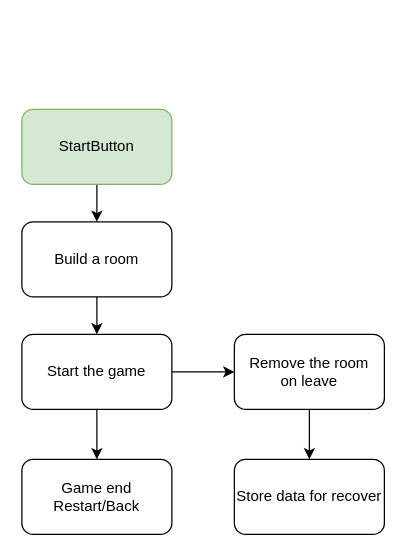
This is draw.drawio from ck053/startpay-test, a draw.io file, before an edit. Source tidied: cells renumbered, new cells numbered last; positions are measured from the earlier drawing's top-left corner, leaving out a move shared by most shapes. Both pictures are drawn from the tidied source at 125%, with x=0, y=0 at pixel (21, 109).
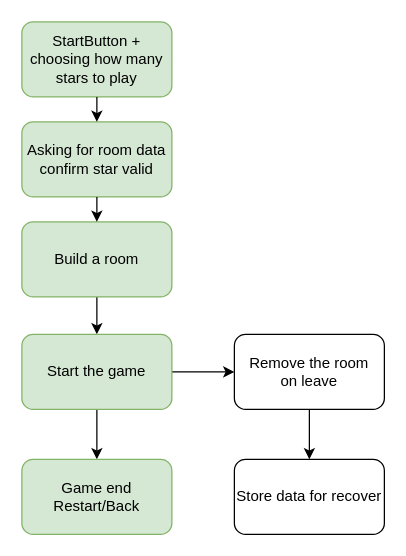
The same page after the edit.

What changed in the source:
```diff
@@
 <mxGraphModel>
   <root>
     <mxCell id="0" />
     <mxCell id="1" parent="0" />
-    <mxCell id="2" style="edgeStyle=none;html=1;" parent="1" edge="1" source="3" target="5">
-      <mxGeometry relative="1" as="geometry" />
-    </mxCell>
-    <mxCell id="3" value="StartButton" style="rounded=1;whiteSpace=wrap;html=1;fillColor=#d5e8d4;strokeColor=#82b366;" parent="1" vertex="1">
-      <mxGeometry width="120" height="60" as="geometry" />
+    <mxCell id="3" value="StartButton + choosing how many&lt;div&gt;stars to play&lt;/div&gt;" style="rounded=1;whiteSpace=wrap;html=1;fillColor=#d5e8d4;strokeColor=#82b366;" parent="1" vertex="1">
+      <mxGeometry y="-70" width="120" height="60" as="geometry" />
     </mxCell>
     <mxCell id="4" style="edgeStyle=none;html=1;" parent="1" edge="1" source="5" target="8">
       <mxGeometry relative="1" as="geometry" />
     </mxCell>
-    <mxCell id="5" value="Build a room" style="whiteSpace=wrap;html=1;rounded=1;" parent="1" vertex="1">
+    <mxCell id="5" value="Build a room" style="whiteSpace=wrap;html=1;rounded=1;fillColor=#d5e8d4;strokeColor=#82b366;" parent="1" vertex="1">
       <mxGeometry y="90" width="120" height="60" as="geometry" />
     </mxCell>
     <mxCell id="6" style="edgeStyle=none;html=1;" parent="1" edge="1" source="8" target="10">
       <mxGeometry relative="1" as="geometry" />
     </mxCell>
     <mxCell id="7" style="edgeStyle=none;html=1;" parent="1" edge="1" source="8" target="12">
       <mxGeometry relative="1" as="geometry" />
     </mxCell>
-    <mxCell id="8" value="Start the game" style="whiteSpace=wrap;html=1;rounded=1;" parent="1" vertex="1">
+    <mxCell id="8" value="Start the game" style="whiteSpace=wrap;html=1;rounded=1;fillColor=#d5e8d4;strokeColor=#82b366;" parent="1" vertex="1">
       <mxGeometry y="180" width="120" height="60" as="geometry" />
     </mxCell>
     <mxCell id="9" style="edgeStyle=none;html=1;" parent="1" edge="1" source="10" target="11">
       <mxGeometry relative="1" as="geometry" />
     </mxCell>
     <mxCell id="10" value="Remove the room&lt;div&gt;on leave&lt;/div&gt;" style="whiteSpace=wrap;html=1;rounded=1;" parent="1" vertex="1">
       <mxGeometry x="170" y="180" width="120" height="60" as="geometry" />
     </mxCell>
     <mxCell id="11" value="Store data for recover" style="whiteSpace=wrap;html=1;rounded=1;" parent="1" vertex="1">
       <mxGeometry x="170" y="280" width="120" height="60" as="geometry" />
     </mxCell>
-    <mxCell id="12" value="Game end&lt;div&gt;Restart/Back&lt;/div&gt;" style="whiteSpace=wrap;html=1;rounded=1;" parent="1" vertex="1">
+    <mxCell id="12" value="Game end&lt;div&gt;Restart/Back&lt;/div&gt;" style="whiteSpace=wrap;html=1;rounded=1;fillColor=#d5e8d4;strokeColor=#82b366;" parent="1" vertex="1">
       <mxGeometry y="280" width="120" height="60" as="geometry" />
     </mxCell>
+    <mxCell id="13" value="Asking for room data&lt;br&gt;confirm star valid" style="rounded=1;whiteSpace=wrap;html=1;fillColor=#d5e8d4;strokeColor=#82b366;" parent="1" vertex="1">
+      <mxGeometry y="10" width="120" height="60" as="geometry" />
+    </mxCell>
+    <mxCell id="14" style="endArrow=classic;html=1;entryX=0.5;entryY=0;entryDx=0;entryDy=0;exitX=0.5;exitY=1;exitDx=0;exitDy=0;" parent="1" edge="1" source="13" target="5">
+      <mxGeometry relative="1" as="geometry" />
+    </mxCell>
+    <mxCell id="15" style="endArrow=classic;html=1;entryX=0.5;entryY=0;entryDx=0;entryDy=0;exitX=0.5;exitY=1;exitDx=0;exitDy=0;" parent="1" edge="1" source="3" target="13">
+      <mxGeometry relative="1" as="geometry" />
+    </mxCell>
   </root>
 </mxGraphModel>
```
